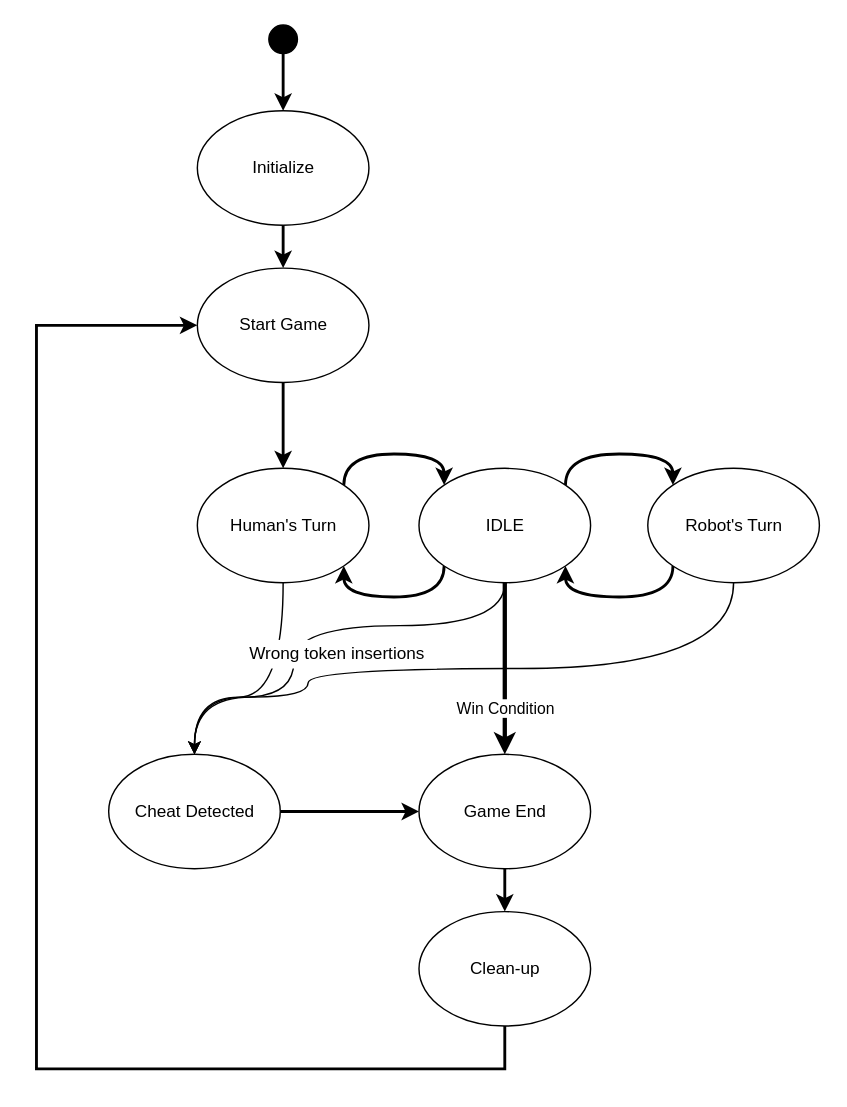
Before: 4. Diagrams/System/Higher_Overview.drawio in BorIvanov/Documents, a draw.io diagram. Source tidied: cells renumbered, new cells numbered last; positions are measured from the earlier drawing's top-left corner, leaving out a move shared by most shapes. Both pictures are drawn from the tidied source at 143%, with x=0, y=0 at pixel (36, 24).
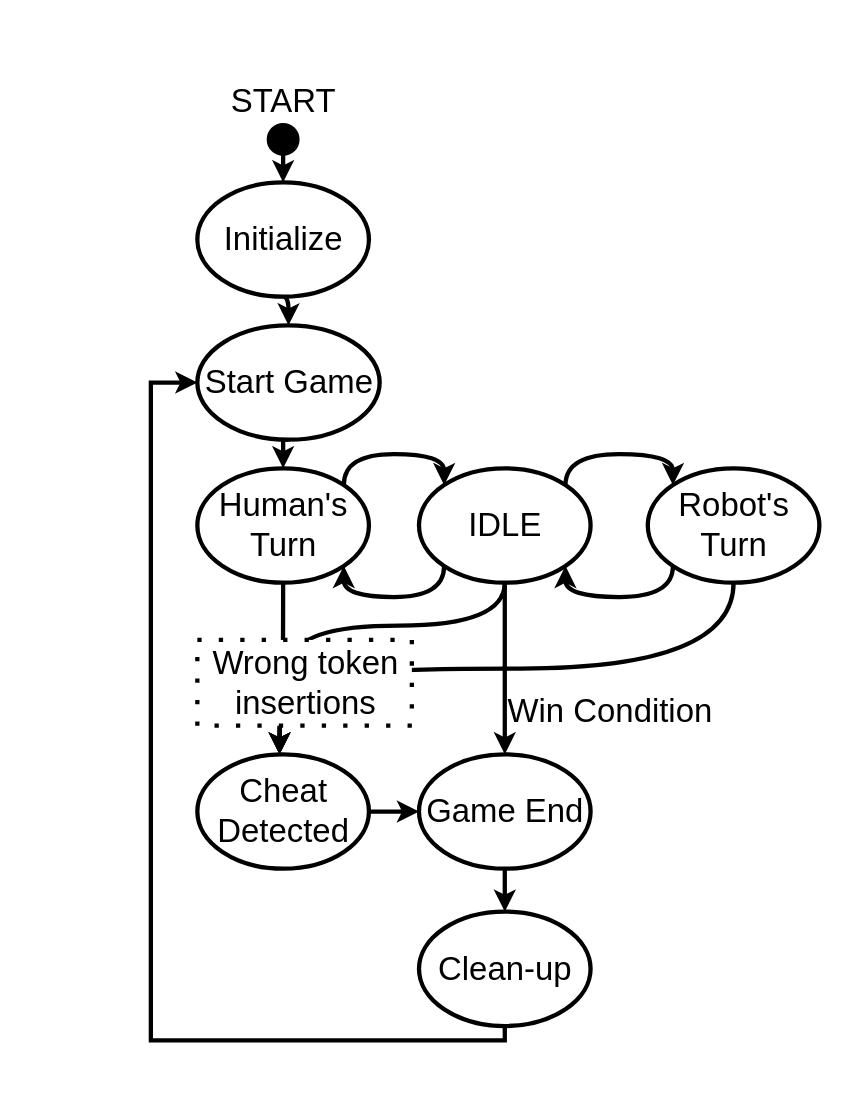
The same diagram, later.

Change to the diagram source:
```diff
@@
-    <mxCell id="2" style="edgeStyle=orthogonalEdgeStyle;rounded=0;jettySize=auto;html=1;exitX=0.5;exitY=1;exitDx=0;exitDy=0;entryX=0.5;entryY=0;entryDx=0;entryDy=0;strokeWidth=2;" parent="1" edge="1" source="3" target="11">
+    <mxCell id="2" style="edgeStyle=orthogonalEdgeStyle;rounded=0;jettySize=auto;html=1;exitX=0.5;exitY=1;exitDx=0;exitDy=0;entryX=0.5;entryY=0;entryDx=0;entryDy=0;strokeWidth=3;fontSize=23;fontStyle=0;" parent="1" edge="1" source="3" target="11">
       <mxGeometry relative="1" as="geometry" />
     </mxCell>
-    <mxCell id="3" value="Start Game" style="ellipse;whiteSpace=wrap;html=1;" parent="1" vertex="1">
-      <mxGeometry x="112.5" y="170" width="120" height="80" as="geometry" />
+    <mxCell id="3" value="Start Game" style="ellipse;whiteSpace=wrap;html=1;strokeWidth=3;fontSize=23;fontStyle=0;" parent="1" vertex="1">
+      <mxGeometry x="112.5" y="210" width="127.5" height="80" as="geometry" />
     </mxCell>
-    <mxCell id="4" style="edgeStyle=orthogonalEdgeStyle;curved=1;rounded=0;jettySize=auto;html=1;exitX=0.5;exitY=1;exitDx=0;exitDy=0;entryX=0.5;entryY=0;entryDx=0;entryDy=0;strokeWidth=2;" parent="1" edge="1" source="5" target="3">
+    <mxCell id="4" style="edgeStyle=orthogonalEdgeStyle;curved=1;rounded=0;jettySize=auto;html=1;exitX=0.5;exitY=1;exitDx=0;exitDy=0;entryX=0.5;entryY=0;entryDx=0;entryDy=0;strokeWidth=3;fontSize=23;fontStyle=0;" parent="1" edge="1" source="5" target="3">
       <mxGeometry relative="1" as="geometry" />
     </mxCell>
-    <mxCell id="5" value="Initialize" style="ellipse;whiteSpace=wrap;html=1;" parent="1" vertex="1">
-      <mxGeometry x="112.5" y="60" width="120" height="80" as="geometry" />
+    <mxCell id="5" value="Initialize" style="ellipse;whiteSpace=wrap;html=1;strokeWidth=3;fontSize=23;fontStyle=0;" parent="1" vertex="1">
+      <mxGeometry x="112.5" y="110" width="120" height="80" as="geometry" />
     </mxCell>
-    <mxCell id="6" style="edgeStyle=orthogonalEdgeStyle;curved=1;rounded=0;jettySize=auto;html=1;strokeWidth=2;" parent="1" edge="1" source="7" target="5">
+    <mxCell id="6" style="edgeStyle=orthogonalEdgeStyle;curved=1;rounded=0;jettySize=auto;html=1;strokeWidth=3;fontSize=23;fontStyle=0;" parent="1" edge="1" source="7" target="5">
       <mxGeometry relative="1" as="geometry" />
     </mxCell>
-    <mxCell id="7" style="ellipse;whiteSpace=wrap;html=1;fillColor=#000000;textDirection=ltr;labelPosition=center;verticalLabelPosition=top;align=center;verticalAlign=bottom;" parent="1" vertex="1">
-      <mxGeometry x="162.5" width="20" height="20" as="geometry" />
+    <mxCell id="7" value="START" style="ellipse;whiteSpace=wrap;html=1;fillColor=#000000;textDirection=ltr;labelPosition=center;verticalLabelPosition=top;align=center;verticalAlign=bottom;strokeWidth=3;fontSize=23;fontStyle=0;" parent="1" vertex="1">
+      <mxGeometry x="162.5" y="70" width="20" height="20" as="geometry" />
     </mxCell>
-    <mxCell id="8" style="edgeStyle=orthogonalEdgeStyle;curved=1;rounded=0;jettySize=auto;html=1;exitX=1;exitY=0;exitDx=0;exitDy=0;entryX=0;entryY=0;entryDx=0;entryDy=0;elbow=vertical;strokeWidth=2;" parent="1" edge="1" source="11" target="17">
+    <mxCell id="8" style="edgeStyle=orthogonalEdgeStyle;curved=1;rounded=0;jettySize=auto;html=1;exitX=1;exitY=0;exitDx=0;exitDy=0;entryX=0;entryY=0;entryDx=0;entryDy=0;elbow=vertical;strokeWidth=3;fontSize=23;fontStyle=0;" parent="1" edge="1" source="11" target="17">
       <mxGeometry relative="1" as="geometry">
         <Array as="points">
           <mxPoint x="214.5" y="300" />
           <mxPoint x="285.5" y="300" />
         </Array>
       </mxGeometry>
     </mxCell>
-    <mxCell id="9" style="edgeStyle=orthogonalEdgeStyle;curved=1;rounded=0;jettySize=auto;html=1;exitX=0.5;exitY=1;exitDx=0;exitDy=0;entryX=0.5;entryY=0;entryDx=0;entryDy=0;elbow=vertical;strokeWidth=1;" parent="1" edge="1" source="11" target="19">
+    <mxCell id="9" style="edgeStyle=orthogonalEdgeStyle;curved=1;rounded=0;jettySize=auto;html=1;exitX=0.5;exitY=1;exitDx=0;exitDy=0;elbow=vertical;strokeWidth=3;fontSize=23;fontStyle=0;" parent="1" edge="1" source="11" target="19">
       <mxGeometry relative="1" as="geometry">
         <Array as="points">
-          <mxPoint x="173" y="470" />
-          <mxPoint x="110" y="470" />
+          <mxPoint x="172" y="470" />
+          <mxPoint x="170" y="470" />
         </Array>
       </mxGeometry>
     </mxCell>
-    <mxCell id="10" style="edgeStyle=orthogonalEdgeStyle;rounded=0;jettySize=auto;html=1;exitX=0;exitY=1;exitDx=0;exitDy=0;entryX=1;entryY=1;entryDx=0;entryDy=0;curved=1;strokeWidth=2;" parent="1" edge="1" source="17" target="11">
+    <mxCell id="10" style="edgeStyle=orthogonalEdgeStyle;rounded=0;jettySize=auto;html=1;exitX=0;exitY=1;exitDx=0;exitDy=0;entryX=1;entryY=1;entryDx=0;entryDy=0;curved=1;strokeWidth=3;fontSize=23;fontStyle=0;" parent="1" edge="1" source="17" target="11">
       <mxGeometry relative="1" as="geometry">
         <Array as="points">
           <mxPoint x="285" y="400" />
           <mxPoint x="215" y="400" />
         </Array>
       </mxGeometry>
     </mxCell>
-    <mxCell id="11" value="Human's Turn" style="ellipse;whiteSpace=wrap;html=1;" parent="1" vertex="1">
+    <mxCell id="11" value="Human's Turn" style="ellipse;whiteSpace=wrap;html=1;strokeWidth=3;fontSize=23;fontStyle=0;" parent="1" vertex="1">
       <mxGeometry x="112.5" y="310" width="120" height="80" as="geometry" />
     </mxCell>
-    <mxCell id="12" style="edgeStyle=orthogonalEdgeStyle;curved=1;rounded=0;jettySize=auto;html=1;exitX=0;exitY=1;exitDx=0;exitDy=0;entryX=1;entryY=1;entryDx=0;entryDy=0;elbow=vertical;strokeWidth=2;" parent="1" edge="1" source="14" target="17">
+    <mxCell id="12" style="edgeStyle=orthogonalEdgeStyle;curved=1;rounded=0;jettySize=auto;html=1;exitX=0;exitY=1;exitDx=0;exitDy=0;entryX=1;entryY=1;entryDx=0;entryDy=0;elbow=vertical;strokeWidth=3;fontSize=23;fontStyle=0;" parent="1" edge="1" source="14" target="17">
       <mxGeometry relative="1" as="geometry">
         <Array as="points">
           <mxPoint x="445.5" y="400" />
           <mxPoint x="369.5" y="400" />
         </Array>
       </mxGeometry>
     </mxCell>
-    <mxCell id="13" style="edgeStyle=orthogonalEdgeStyle;curved=1;rounded=0;jettySize=auto;html=1;exitX=0.5;exitY=1;exitDx=0;exitDy=0;entryX=0.5;entryY=0;entryDx=0;entryDy=0;elbow=vertical;strokeWidth=1;" parent="1" edge="1" source="14" target="19">
+    <mxCell id="13" style="edgeStyle=orthogonalEdgeStyle;curved=1;rounded=0;jettySize=auto;html=1;exitX=0.5;exitY=1;exitDx=0;exitDy=0;elbow=vertical;strokeWidth=3;fontSize=23;fontStyle=0;" parent="1" edge="1" source="14" target="19">
       <mxGeometry relative="1" as="geometry">
         <Array as="points">
           <mxPoint x="488" y="450" />
           <mxPoint x="190" y="450" />
           <mxPoint x="190" y="470" />
-          <mxPoint x="111" y="470" />
+          <mxPoint x="170" y="470" />
         </Array>
       </mxGeometry>
     </mxCell>
-    <mxCell id="14" value="Robot's Turn" style="ellipse;whiteSpace=wrap;html=1;" parent="1" vertex="1">
+    <mxCell id="14" value="Robot's Turn" style="ellipse;whiteSpace=wrap;html=1;strokeWidth=3;fontSize=23;fontStyle=0;" parent="1" vertex="1">
       <mxGeometry x="427.5" y="310" width="120" height="80" as="geometry" />
     </mxCell>
-    <mxCell id="15" style="edgeStyle=orthogonalEdgeStyle;rounded=0;jettySize=auto;html=1;exitX=1;exitY=0;exitDx=0;exitDy=0;entryX=0;entryY=0;entryDx=0;entryDy=0;curved=1;strokeWidth=2;" parent="1" edge="1" source="17" target="14">
+    <mxCell id="15" style="edgeStyle=orthogonalEdgeStyle;rounded=0;jettySize=auto;html=1;exitX=1;exitY=0;exitDx=0;exitDy=0;entryX=0;entryY=0;entryDx=0;entryDy=0;curved=1;strokeWidth=3;fontSize=23;fontStyle=0;" parent="1" edge="1" source="17" target="14">
       <mxGeometry relative="1" as="geometry">
         <Array as="points">
           <mxPoint x="370" y="300" />
           <mxPoint x="445" y="300" />
         </Array>
       </mxGeometry>
     </mxCell>
-    <mxCell id="16" value="Win Condition" style="edgeStyle=orthogonalEdgeStyle;curved=1;rounded=0;jettySize=auto;html=1;exitX=0.5;exitY=1;exitDx=0;exitDy=0;strokeWidth=3;" parent="1" edge="1" source="17" target="21">
-      <mxGeometry x="0.47" relative="1" as="geometry" />
+    <mxCell id="16" value="Win Condition" style="edgeStyle=orthogonalEdgeStyle;curved=1;rounded=0;jettySize=auto;html=1;exitX=0.5;exitY=1;exitDx=0;exitDy=0;strokeWidth=3;fontSize=23;fontStyle=0;" parent="1" edge="1" source="17" target="21">
+      <mxGeometry x="0.5" y="73" relative="1" as="geometry" />
     </mxCell>
-    <mxCell id="17" value="IDLE" style="ellipse;whiteSpace=wrap;html=1;fillColor=#FFFFFF;" parent="1" vertex="1">
+    <mxCell id="17" value="IDLE" style="ellipse;whiteSpace=wrap;html=1;fillColor=#FFFFFF;strokeWidth=3;fontSize=23;fontStyle=0;" parent="1" vertex="1">
       <mxGeometry x="267.5" y="310" width="120" height="80" as="geometry" />
     </mxCell>
-    <mxCell id="18" style="edgeStyle=orthogonalEdgeStyle;curved=1;rounded=0;jettySize=auto;html=1;strokeWidth=2;" parent="1" edge="1" source="19" target="21">
+    <mxCell id="18" style="edgeStyle=orthogonalEdgeStyle;curved=1;rounded=0;jettySize=auto;html=1;strokeWidth=3;fontSize=23;fontStyle=0;" parent="1" edge="1" source="19" target="21">
       <mxGeometry relative="1" as="geometry" />
     </mxCell>
-    <mxCell id="19" value="Cheat Detected" style="ellipse;whiteSpace=wrap;html=1;" parent="1" vertex="1">
-      <mxGeometry x="50.5" y="510" width="120" height="80" as="geometry" />
+    <mxCell id="19" value="Cheat Detected" style="ellipse;whiteSpace=wrap;html=1;strokeWidth=3;fontSize=23;fontStyle=0;" parent="1" vertex="1">
+      <mxGeometry x="112.5" y="510" width="120" height="80" as="geometry" />
     </mxCell>
-    <mxCell id="20" style="edgeStyle=orthogonalEdgeStyle;curved=1;rounded=0;jettySize=auto;html=1;strokeWidth=2;" parent="1" edge="1" source="21" target="25">
+    <mxCell id="20" style="edgeStyle=orthogonalEdgeStyle;curved=1;rounded=0;jettySize=auto;html=1;strokeWidth=3;fontSize=23;fontStyle=0;" parent="1" edge="1" source="21" target="25">
       <mxGeometry relative="1" as="geometry" />
     </mxCell>
-    <mxCell id="21" value="Game End" style="ellipse;whiteSpace=wrap;html=1;" parent="1" vertex="1">
+    <mxCell id="21" value="Game End" style="ellipse;whiteSpace=wrap;html=1;strokeWidth=3;fontSize=23;fontStyle=0;" parent="1" vertex="1">
       <mxGeometry x="267.5" y="510" width="120" height="80" as="geometry" />
     </mxCell>
-    <mxCell id="22" style="edgeStyle=orthogonalEdgeStyle;curved=1;rounded=0;jettySize=auto;html=1;exitX=0.5;exitY=1;exitDx=0;exitDy=0;entryX=0.5;entryY=0;entryDx=0;entryDy=0;elbow=vertical;strokeWidth=1;" parent="1" edge="1" source="17" target="19">
+    <mxCell id="22" style="edgeStyle=orthogonalEdgeStyle;curved=1;rounded=0;jettySize=auto;html=1;exitX=0.5;exitY=1;exitDx=0;exitDy=0;elbow=vertical;strokeWidth=3;fontSize=23;fontStyle=0;" parent="1" edge="1" source="17" target="19">
       <mxGeometry relative="1" as="geometry">
         <Array as="points">
           <mxPoint x="328" y="420" />
           <mxPoint x="180" y="420" />
           <mxPoint x="180" y="470" />
-          <mxPoint x="111" y="470" />
+          <mxPoint x="170" y="470" />
         </Array>
       </mxGeometry>
     </mxCell>
-    <mxCell id="23" value="Wrong token insertions" style="text;html=1;align=center;verticalAlign=middle;strokeColor=none;fillColor=default;" parent="1" vertex="1">
-      <mxGeometry x="140" y="430" width="140" height="20" as="geometry" />
+    <mxCell id="23" value="Wrong token &lt;br&gt;insertions" style="text;html=1;align=center;verticalAlign=middle;strokeColor=default;fillColor=default;strokeWidth=3;fontSize=23;fontStyle=0;dashed=1;dashPattern=1 4;" parent="1" vertex="1">
+      <mxGeometry x="112.5" y="430" width="150" height="60" as="geometry" />
     </mxCell>
-    <mxCell id="24" style="edgeStyle=orthogonalEdgeStyle;rounded=0;jettySize=auto;html=1;exitX=0.5;exitY=1;exitDx=0;exitDy=0;entryX=0;entryY=0.5;entryDx=0;entryDy=0;strokeWidth=2;" parent="1" edge="1" source="25" target="3">
+    <mxCell id="24" style="edgeStyle=orthogonalEdgeStyle;rounded=0;jettySize=auto;html=1;exitX=0.5;exitY=1;exitDx=0;exitDy=0;entryX=0;entryY=0.5;entryDx=0;entryDy=0;strokeWidth=3;fontSize=23;fontStyle=0;" parent="1" edge="1" source="25" target="3">
       <mxGeometry relative="1" as="geometry">
         <Array as="points">
-          <mxPoint x="328" y="730" />
-          <mxPoint y="730" />
-          <mxPoint y="210" />
+          <mxPoint x="327" y="710" />
+          <mxPoint x="80" y="710" />
+          <mxPoint x="80" y="250" />
         </Array>
       </mxGeometry>
     </mxCell>
-    <mxCell id="25" value="Clean-up" style="ellipse;whiteSpace=wrap;html=1;" parent="1" vertex="1">
+    <mxCell id="25" value="Clean-up" style="ellipse;whiteSpace=wrap;html=1;strokeWidth=3;fontSize=23;fontStyle=0;" parent="1" vertex="1">
       <mxGeometry x="267.5" y="620" width="120" height="80" as="geometry" />
     </mxCell>
```
